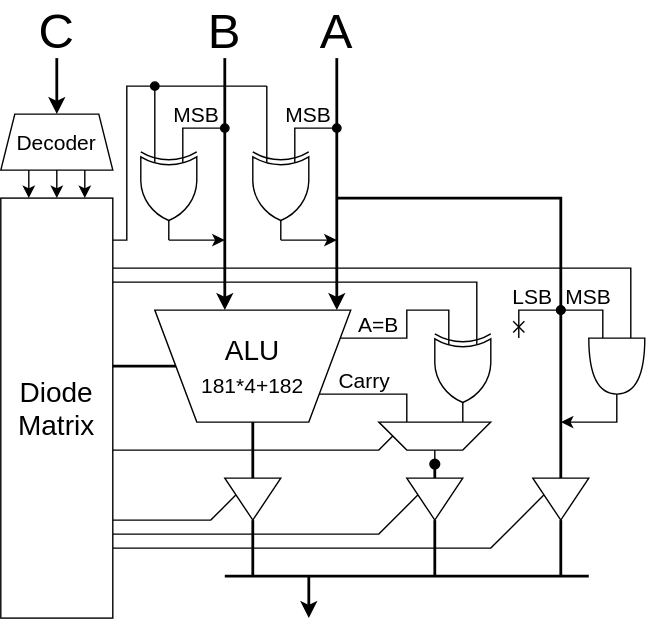
Earlier version of the draw.io export Lab/Computer/RK16/91_ALU/img/circuit.dio.svg (amane-uehara/kanade-k-1228.github.io). Source tidied: cells renumbered, new cells last; positions are measured from the earlier drawing's top-left corner, leaving out a move shared by most shapes.
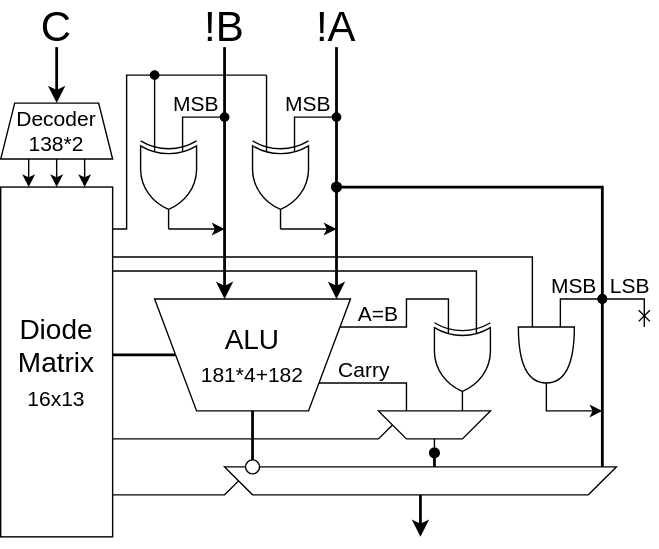
The same diagram one commit later.

What changed in the source:
```diff
@@ -2,35 +2,8 @@
   <root>
     <mxCell id="0" />
     <mxCell id="1" parent="0" />
-    <mxCell id="2" style="endArrow=none;html=1;fontSize=20;endFill=0;rounded=0;" parent="1" edge="1">
-      <mxGeometry relative="1" as="geometry">
-        <mxPoint x="80" y="390" as="sourcePoint" />
-        <mxPoint x="390" y="350" as="targetPoint" />
-        <Array as="points">
-          <mxPoint x="350" y="390" />
-        </Array>
-      </mxGeometry>
-    </mxCell>
-    <mxCell id="3" style="endArrow=none;html=1;fontSize=20;endFill=0;rounded=0;" parent="1" edge="1">
-      <mxGeometry relative="1" as="geometry">
-        <mxPoint x="80" y="380" as="sourcePoint" />
-        <mxPoint x="300" y="350" as="targetPoint" />
-        <Array as="points">
-          <mxPoint x="270" y="380" />
-        </Array>
-      </mxGeometry>
-    </mxCell>
-    <mxCell id="4" style="endArrow=none;html=1;fontSize=20;endFill=0;rounded=0;" parent="1" edge="1">
-      <mxGeometry relative="1" as="geometry">
-        <mxPoint x="80" y="370" as="sourcePoint" />
-        <mxPoint x="170" y="350" as="targetPoint" />
-        <Array as="points">
-          <mxPoint x="150" y="370" />
-        </Array>
-      </mxGeometry>
-    </mxCell>
-    <mxCell id="5" value="A" style="text;html=1;strokeColor=none;fillColor=none;align=center;verticalAlign=middle;whiteSpace=wrap;rounded=0;fontSize=35;" parent="1" vertex="1">
-      <mxGeometry x="220" width="40" height="40" as="geometry" />
+    <mxCell id="5" value="!A" style="text;html=1;strokeColor=none;fillColor=none;align=center;verticalAlign=middle;whiteSpace=wrap;rounded=0;fontSize=30;" parent="1" vertex="1">
+      <mxGeometry x="220" y="10" width="40" height="30" as="geometry" />
     </mxCell>
     <mxCell id="6" value="MSB" style="text;html=1;strokeColor=none;fillColor=none;align=center;verticalAlign=middle;whiteSpace=wrap;rounded=0;fontSize=15;" parent="1" vertex="1">
       <mxGeometry x="120" y="70" width="40" height="20" as="geometry" />
@@ -44,9 +17,9 @@
     <mxCell id="8" style="endArrow=none;html=1;fontSize=20;rounded=0;endFill=0;" parent="1" edge="1">
       <mxGeometry relative="1" as="geometry">
         <mxPoint x="80" y="190" as="sourcePoint" />
-        <mxPoint x="450" y="240" as="targetPoint" />
+        <mxPoint x="380" y="240" as="targetPoint" />
         <Array as="points">
-          <mxPoint x="450" y="190" />
+          <mxPoint x="380" y="190" />
         </Array>
       </mxGeometry>
     </mxCell>
@@ -59,11 +32,11 @@
         </Array>
       </mxGeometry>
     </mxCell>
-    <mxCell id="10" value="Decoder" style="shape=trapezoid;perimeter=trapezoidPerimeter;whiteSpace=wrap;html=1;fixedSize=1;direction=east;fontSize=15;size=10;" parent="1" vertex="1">
+    <mxCell id="10" value="Decoder&lt;br&gt;138*2" style="shape=trapezoid;perimeter=trapezoidPerimeter;whiteSpace=wrap;html=1;fixedSize=1;direction=east;fontSize=15;size=10;" parent="1" vertex="1">
       <mxGeometry y="80" width="80" height="40" as="geometry" />
     </mxCell>
-    <mxCell id="11" value="Diode&lt;br&gt;Matrix" style="rounded=0;whiteSpace=wrap;html=1;fontSize=20;" parent="1" vertex="1">
-      <mxGeometry y="140" width="80" height="300" as="geometry" />
+    <mxCell id="11" value="Diode&lt;br&gt;Matrix&lt;br&gt;&lt;font style=&quot;font-size: 15px;&quot;&gt;16x13&lt;/font&gt;" style="rounded=0;whiteSpace=wrap;html=1;fontSize=20;" parent="1" vertex="1">
+      <mxGeometry y="140" width="80" height="250" as="geometry" />
     </mxCell>
     <mxCell id="12" style="endArrow=classic;html=1;fontSize=20;" parent="1" edge="1">
       <mxGeometry relative="1" as="geometry">
@@ -108,12 +81,12 @@
         </Array>
       </mxGeometry>
     </mxCell>
-    <mxCell id="19" style="endArrow=none;html=1;fontSize=20;strokeWidth=2;rounded=0;endFill=0;" parent="1" edge="1">
+    <mxCell id="19" style="endArrow=none;html=1;fontSize=20;strokeWidth=2;rounded=0;endFill=0;startArrow=oval;startFill=1;" parent="1" edge="1">
       <mxGeometry relative="1" as="geometry">
         <mxPoint x="240" y="140" as="sourcePoint" />
-        <mxPoint x="400" y="340" as="targetPoint" />
+        <mxPoint x="430" y="340" as="targetPoint" />
         <Array as="points">
-          <mxPoint x="400" y="140" />
+          <mxPoint x="430" y="140" />
         </Array>
       </mxGeometry>
     </mxCell>
@@ -150,11 +123,11 @@
         <mxPoint x="190" y="60" as="targetPoint" />
       </mxGeometry>
     </mxCell>
-    <mxCell id="26" value="B" style="text;html=1;strokeColor=none;fillColor=none;align=center;verticalAlign=middle;whiteSpace=wrap;rounded=0;fontSize=35;" parent="1" vertex="1">
-      <mxGeometry x="140" width="40" height="40" as="geometry" />
+    <mxCell id="26" value="!B" style="text;html=1;strokeColor=none;fillColor=none;align=center;verticalAlign=middle;whiteSpace=wrap;rounded=0;fontSize=30;" parent="1" vertex="1">
+      <mxGeometry x="140" y="10" width="40" height="30" as="geometry" />
     </mxCell>
     <mxCell id="27" style="shape=or;whiteSpace=wrap;html=1;fontSize=40;direction=south;" parent="1" vertex="1">
-      <mxGeometry x="420" y="240" width="40" height="40" as="geometry" />
+      <mxGeometry x="370" y="240" width="40" height="40" as="geometry" />
     </mxCell>
     <mxCell id="28" style="endArrow=none;html=1;fontSize=20;strokeWidth=2;endFill=0;" parent="1" edge="1">
       <mxGeometry relative="1" as="geometry">
@@ -169,52 +142,46 @@
       </mxGeometry>
     </mxCell>
     <mxCell id="30" value="LSB" style="text;html=1;strokeColor=none;fillColor=none;align=center;verticalAlign=middle;whiteSpace=wrap;rounded=0;fontSize=15;" parent="1" vertex="1">
-      <mxGeometry x="360" y="200" width="40" height="20" as="geometry" />
+      <mxGeometry x="430" y="200" width="40" height="20" as="geometry" />
     </mxCell>
     <mxCell id="31" value="MSB" style="text;html=1;strokeColor=none;fillColor=none;align=center;verticalAlign=middle;whiteSpace=wrap;rounded=0;fontSize=15;" parent="1" vertex="1">
-      <mxGeometry x="400" y="200" width="40" height="20" as="geometry" />
+      <mxGeometry x="390" y="200" width="40" height="20" as="geometry" />
     </mxCell>
     <mxCell id="32" style="endArrow=oval;html=1;fontSize=20;endFill=1;rounded=0;startArrow=none;startFill=0;" parent="1" edge="1">
       <mxGeometry relative="1" as="geometry">
-        <mxPoint x="430" y="240" as="sourcePoint" />
-        <mxPoint x="400" y="220" as="targetPoint" />
+        <mxPoint x="400" y="240" as="sourcePoint" />
+        <mxPoint x="430" y="220" as="targetPoint" />
         <Array as="points">
-          <mxPoint x="430" y="220" />
+          <mxPoint x="400" y="220" />
         </Array>
       </mxGeometry>
     </mxCell>
     <mxCell id="33" style="endArrow=oval;html=1;fontSize=20;endFill=1;rounded=0;startArrow=cross;startFill=0;" parent="1" edge="1">
       <mxGeometry relative="1" as="geometry">
-        <mxPoint x="370" y="240" as="sourcePoint" />
-        <mxPoint x="400" y="220" as="targetPoint" />
+        <mxPoint x="460" y="240" as="sourcePoint" />
+        <mxPoint x="430" y="220" as="targetPoint" />
         <Array as="points">
-          <mxPoint x="370" y="220" />
+          <mxPoint x="460" y="220" />
         </Array>
       </mxGeometry>
     </mxCell>
     <mxCell id="34" style="endArrow=classic;html=1;fontSize=20;endFill=1;rounded=0;" parent="1" edge="1">
       <mxGeometry relative="1" as="geometry">
-        <mxPoint x="440" y="280" as="sourcePoint" />
-        <mxPoint x="400" y="300" as="targetPoint" />
+        <mxPoint x="390" y="280" as="sourcePoint" />
+        <mxPoint x="430" y="300" as="targetPoint" />
         <Array as="points">
-          <mxPoint x="440" y="300" />
+          <mxPoint x="390" y="300" />
         </Array>
       </mxGeometry>
     </mxCell>
-    <mxCell id="35" style="triangle;whiteSpace=wrap;html=1;fontSize=35;direction=south;" parent="1" vertex="1">
-      <mxGeometry x="160" y="340" width="40" height="30" as="geometry" />
-    </mxCell>
-    <mxCell id="36" style="triangle;whiteSpace=wrap;html=1;fontSize=35;direction=south;" parent="1" vertex="1">
-      <mxGeometry x="380" y="340" width="40" height="30" as="geometry" />
-    </mxCell>
     <mxCell id="37" style="endArrow=classic;html=1;fontSize=20;strokeWidth=2;" parent="1" edge="1">
       <mxGeometry relative="1" as="geometry">
         <mxPoint x="40" y="40" as="sourcePoint" />
         <mxPoint x="40" y="80" as="targetPoint" />
       </mxGeometry>
     </mxCell>
-    <mxCell id="38" value="C" style="text;html=1;strokeColor=none;fillColor=none;align=center;verticalAlign=middle;whiteSpace=wrap;rounded=0;fontSize=35;" parent="1" vertex="1">
-      <mxGeometry x="20" width="40" height="40" as="geometry" />
+    <mxCell id="38" value="C" style="text;html=1;strokeColor=none;fillColor=none;align=center;verticalAlign=middle;whiteSpace=wrap;rounded=0;fontSize=30;" parent="1" vertex="1">
+      <mxGeometry x="20" y="10" width="40" height="30" as="geometry" />
     </mxCell>
     <mxCell id="39" style="endArrow=none;html=1;fontSize=20;endFill=0;rounded=0;" parent="1" edge="1">
       <mxGeometry relative="1" as="geometry">
@@ -234,15 +201,6 @@
     <mxCell id="42" style="verticalLabelPosition=bottom;shadow=0;dashed=0;align=center;html=1;verticalAlign=top;shape=mxgraph.electrical.logic_gates.logic_gate;operation=xor;fontSize=20;direction=south;" parent="1" vertex="1">
       <mxGeometry x="310" y="230" width="40" height="70" as="geometry" />
     </mxCell>
-    <mxCell id="43" style="triangle;whiteSpace=wrap;html=1;fontSize=35;direction=south;" parent="1" vertex="1">
-      <mxGeometry x="290" y="340" width="40" height="30" as="geometry" />
-    </mxCell>
-    <mxCell id="44" style="endArrow=none;html=1;rounded=0;strokeWidth=2;fontSize=15;" parent="1" edge="1">
-      <mxGeometry relative="1" as="geometry">
-        <mxPoint x="160" y="410" as="sourcePoint" />
-        <mxPoint x="420" y="410" as="targetPoint" />
-      </mxGeometry>
-    </mxCell>
     <mxCell id="45" style="endArrow=none;html=1;fontSize=20;endFill=0;rounded=0;" parent="1" edge="1">
       <mxGeometry relative="1" as="geometry">
         <mxPoint x="240" y="240" as="sourcePoint" />
@@ -292,27 +250,24 @@
     </mxCell>
     <mxCell id="52" style="endArrow=classic;html=1;fontSize=20;strokeWidth=2;" parent="1" edge="1">
       <mxGeometry relative="1" as="geometry">
-        <mxPoint x="220" y="410" as="sourcePoint" />
-        <mxPoint x="220" y="440" as="targetPoint" />
+        <mxPoint x="300" y="360" as="sourcePoint" />
+        <mxPoint x="300" y="390" as="targetPoint" />
       </mxGeometry>
     </mxCell>
-    <mxCell id="53" style="endArrow=none;html=1;rounded=0;strokeWidth=2;fontSize=15;" parent="1" edge="1">
-      <mxGeometry relative="1" as="geometry">
-        <mxPoint x="180" y="370" as="sourcePoint" />
-        <mxPoint x="180" y="410" as="targetPoint" />
-      </mxGeometry>
-    </mxCell>
-    <mxCell id="54" style="endArrow=none;html=1;rounded=0;strokeWidth=2;fontSize=15;" parent="1" edge="1">
-      <mxGeometry relative="1" as="geometry">
-        <mxPoint x="310" y="370" as="sourcePoint" />
-        <mxPoint x="310" y="410" as="targetPoint" />
-      </mxGeometry>
-    </mxCell>
-    <mxCell id="55" style="endArrow=none;html=1;rounded=0;strokeWidth=2;fontSize=15;" parent="1" edge="1">
-      <mxGeometry relative="1" as="geometry">
-        <mxPoint x="400" y="370" as="sourcePoint" />
-        <mxPoint x="400" y="410" as="targetPoint" />
-      </mxGeometry>
-    </mxCell>
+    <mxCell id="56" style="shape=trapezoid;perimeter=trapezoidPerimeter;whiteSpace=wrap;html=1;fixedSize=1;direction=west;fontSize=15;size=20;" parent="1" vertex="1">
+      <mxGeometry x="160" y="340" width="280" height="20" as="geometry" />
+    </mxCell>
+    <mxCell id="57" style="endArrow=none;html=1;fontSize=20;endFill=0;rounded=0;" parent="1" edge="1">
+      <mxGeometry relative="1" as="geometry">
+        <mxPoint x="80" y="360" as="sourcePoint" />
+        <mxPoint x="170" y="350" as="targetPoint" />
+        <Array as="points">
+          <mxPoint x="160" y="360" />
+        </Array>
+      </mxGeometry>
+    </mxCell>
+    <mxCell id="58" style="ellipse;whiteSpace=wrap;html=1;" parent="1" vertex="1">
+      <mxGeometry x="175" y="335" width="10" height="10" as="geometry" />
+    </mxCell>
   </root>
 </mxGraphModel>
```
